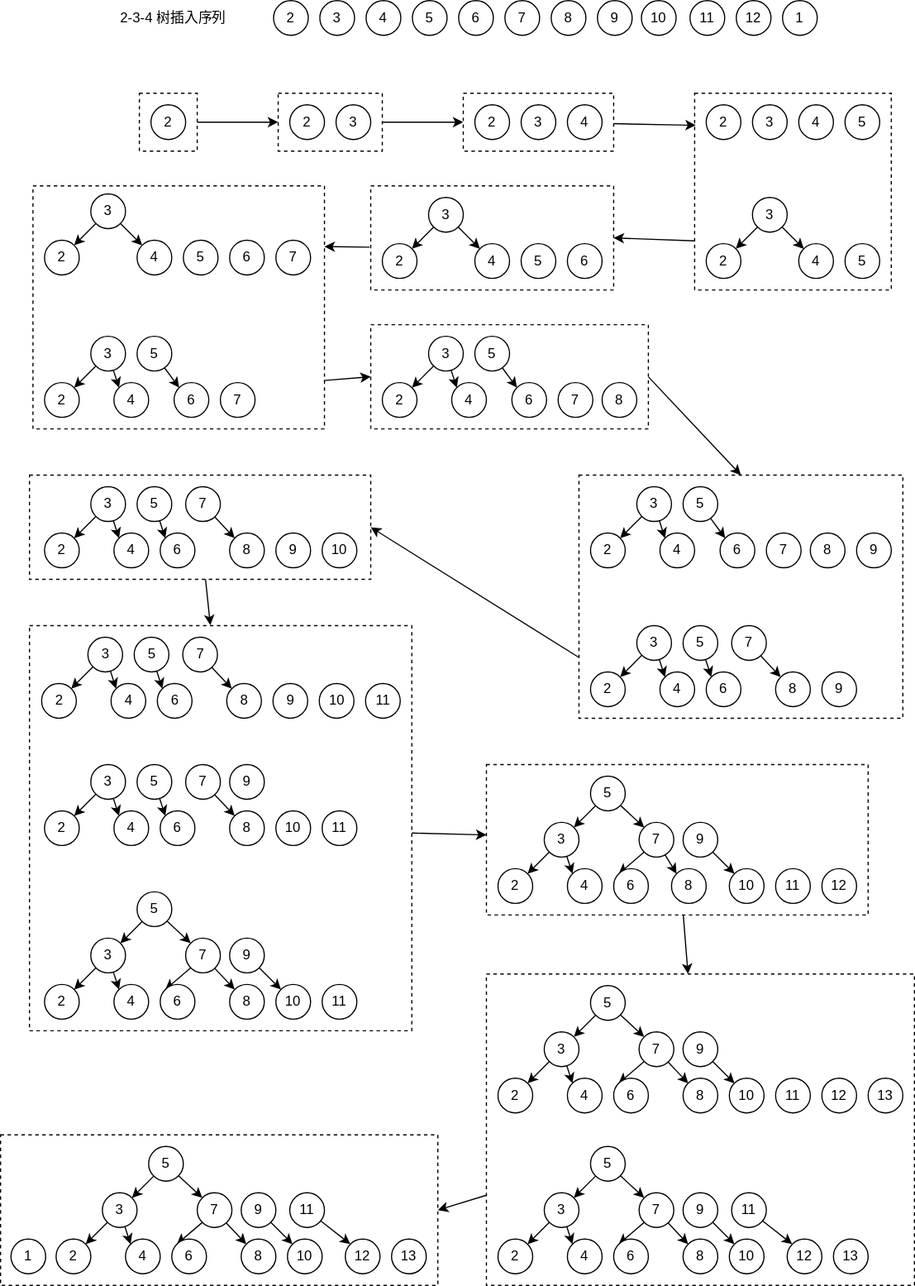
Before: images/posts/trees/2-3-4-tree-insert.drawio.svg, a diagram exported from draw.io (tjian123/tjian123.github.io). Source tidied: cells renumbered, new cells last; positions are measured from the earlier drawing's top-left corner, leaving out a move shared by most shapes.
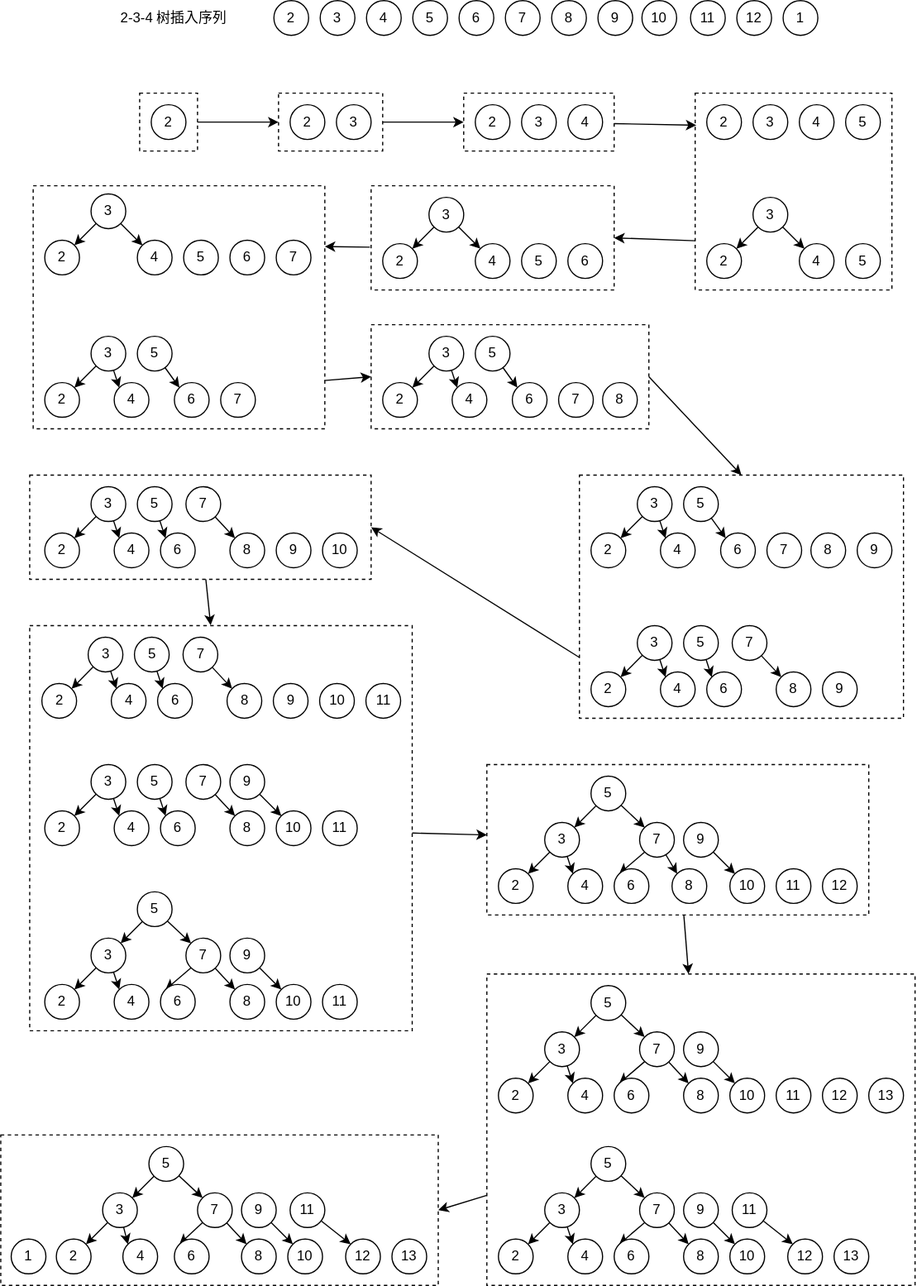
After the change.

Diff of the diagram source:
```diff
@@ -437,6 +437,9 @@
     <mxCell id="146" value="8" style="ellipse;whiteSpace=wrap;html=1;" parent="1" vertex="1">
       <mxGeometry x="198" y="700" width="30" height="30" as="geometry" />
     </mxCell>
+    <mxCell id="249" style="edgeStyle=none;html=1;" parent="1" edge="1" source="147" target="148">
+      <mxGeometry relative="1" as="geometry" />
+    </mxCell>
     <mxCell id="147" value="9" style="ellipse;whiteSpace=wrap;html=1;" parent="1" vertex="1">
       <mxGeometry x="198" y="660" width="30" height="30" as="geometry" />
     </mxCell>
@@ -693,7 +696,7 @@
       <mxGeometry x="88" y="1030" width="30" height="30" as="geometry" />
     </mxCell>
     <mxCell id="232" value="4" style="ellipse;whiteSpace=wrap;html=1;" parent="1" vertex="1">
-      <mxGeometry x="108" y="1070" width="30" height="30" as="geometry" />
+      <mxGeometry x="105.5" y="1070" width="30" height="30" as="geometry" />
     </mxCell>
     <mxCell id="233" style="edgeStyle=none;html=1;entryX=0;entryY=0;entryDx=0;entryDy=0;fontColor=#000000;exitX=0;exitY=1;exitDx=0;exitDy=0;" parent="1" edge="1" source="239" target="237">
       <mxGeometry relative="1" as="geometry" />
@@ -708,7 +711,7 @@
       <mxGeometry x="128" y="990" width="30" height="30" as="geometry" />
     </mxCell>
     <mxCell id="237" value="6" style="ellipse;whiteSpace=wrap;html=1;" parent="1" vertex="1">
-      <mxGeometry x="148" y="1070" width="30" height="30" as="geometry" />
+      <mxGeometry x="150" y="1070" width="30" height="30" as="geometry" />
     </mxCell>
     <mxCell id="238" style="edgeStyle=none;html=1;entryX=0;entryY=0;entryDx=0;entryDy=0;fontColor=#000000;" parent="1" edge="1" source="239" target="240">
       <mxGeometry relative="1" as="geometry" />
```
